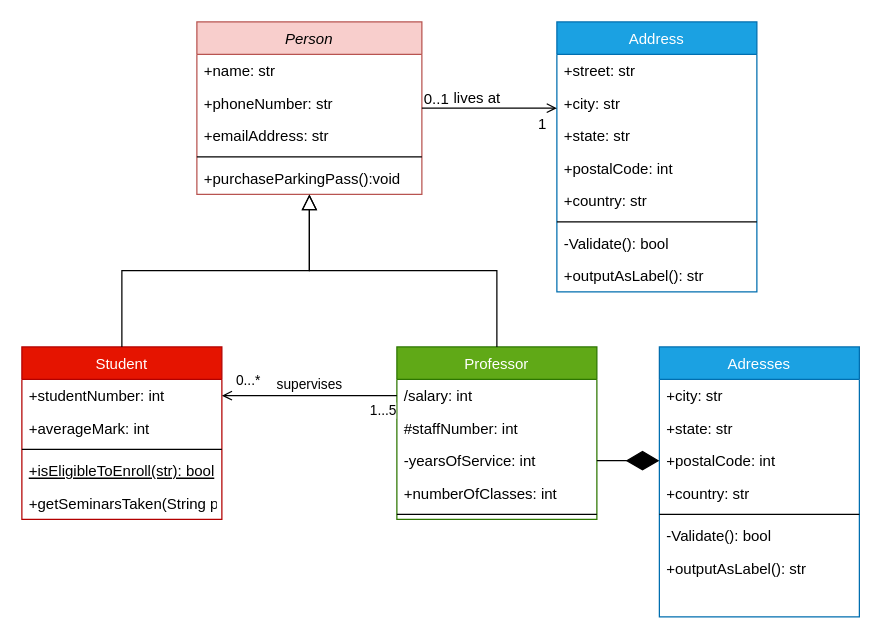
Earlier version of the draw.io diagram 0ld/data/class-diagram-example.drawio (PiedPiperJr/uml2code). Source tidied: cells renumbered, new cells numbered last; positions are measured from the earlier drawing's top-left corner, leaving out a move shared by most shapes. Both pictures are drawn from the tidied source at 125%, with x=0, y=0 at pixel (21, 21).
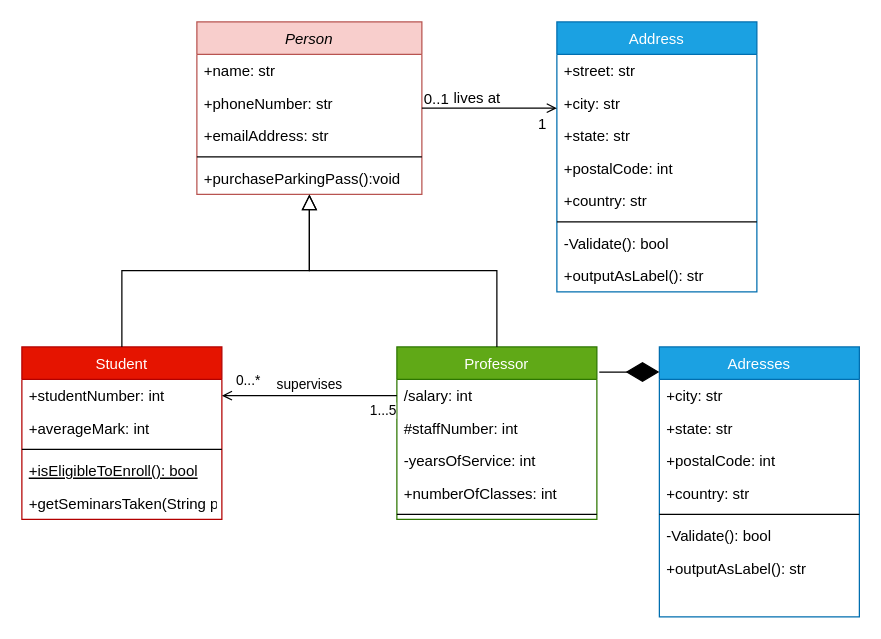
The same diagram, later.

The change refers to these unchanged cells:
```xml
<mxCell id="8" value="Student" style="swimlane;fontStyle=0;align=center;verticalAlign=top;horizontal=1;startSize=26;rounded=0;shadow=0;strokeWidth=1;fillColor=#e51400;strokeColor=#B20000;fontColor=#ffffff;" parent="1" vertex="1">
  <mxGeometry y="260" width="160" height="138" as="geometry" />
</mxCell>
<mxCell id="15" value="Professor" style="swimlane;fontStyle=0;align=center;verticalAlign=top;horizontal=1;startSize=26;rounded=0;shadow=0;strokeWidth=1;fillColor=#60a917;strokeColor=#2D7600;fontColor=#ffffff;" parent="1" vertex="1">
  <mxGeometry x="300" y="260" width="160" height="138" as="geometry" />
</mxCell>
<mxCell id="18" value="-yearsOfService: int" style="text;align=left;verticalAlign=top;spacingLeft=4;spacingRight=4;overflow=hidden;points=[[0,0.5],[1,0.5]];portConstraint=eastwest;" parent="15" vertex="1">
  <mxGeometry y="78" width="160" height="26" as="geometry" />
</mxCell>
<mxCell id="38" value="Adresses" style="swimlane;fontStyle=0;align=center;verticalAlign=top;horizontal=1;startSize=26;rounded=0;shadow=0;strokeWidth=1;fillColor=#1ba1e2;strokeColor=#006EAF;fontColor=#ffffff;" parent="1" vertex="1">
  <mxGeometry x="510" y="260" width="160" height="216" as="geometry" />
</mxCell>
<mxCell id="41" value="+postalCode: int" style="text;align=left;verticalAlign=top;spacingLeft=4;spacingRight=4;overflow=hidden;points=[[0,0.5],[1,0.5]];portConstraint=eastwest;rounded=0;shadow=0;html=0;" parent="38" vertex="1">
  <mxGeometry y="78" width="160" height="26" as="geometry" />
</mxCell>
```

The edit, as a diff of the source:
```diff
@@
-    <mxCell id="12" value="+isEligibleToEnroll(str): bool" style="text;align=left;verticalAlign=top;spacingLeft=4;spacingRight=4;overflow=hidden;fontStyle=4;" parent="8" vertex="1">
+    <mxCell id="12" value="+isEligibleToEnroll(): bool" style="text;align=left;verticalAlign=top;spacingLeft=4;spacingRight=4;overflow=hidden;fontStyle=4;" parent="8" vertex="1">
       <mxGeometry y="86" width="160" height="26" as="geometry" />
     </mxCell>
@@
-    <mxCell id="46" style="endArrow=diamondThin;endFill=1;endSize=24;html=1;entryX=0;entryY=0.5;entryDx=0;entryDy=0;exitX=1;exitY=0.5;exitDx=0;exitDy=0;" parent="1" edge="1" source="18" target="41">
+    <mxCell id="46" style="endArrow=diamondThin;endFill=1;endSize=24;html=1;entryX=0;entryY=0.093;entryDx=0;entryDy=0;exitX=1.012;exitY=0.146;exitDx=0;exitDy=0;exitPerimeter=0;entryPerimeter=0;" parent="1" edge="1" source="15" target="38">
       <mxGeometry relative="1" as="geometry" />
     </mxCell>
```
